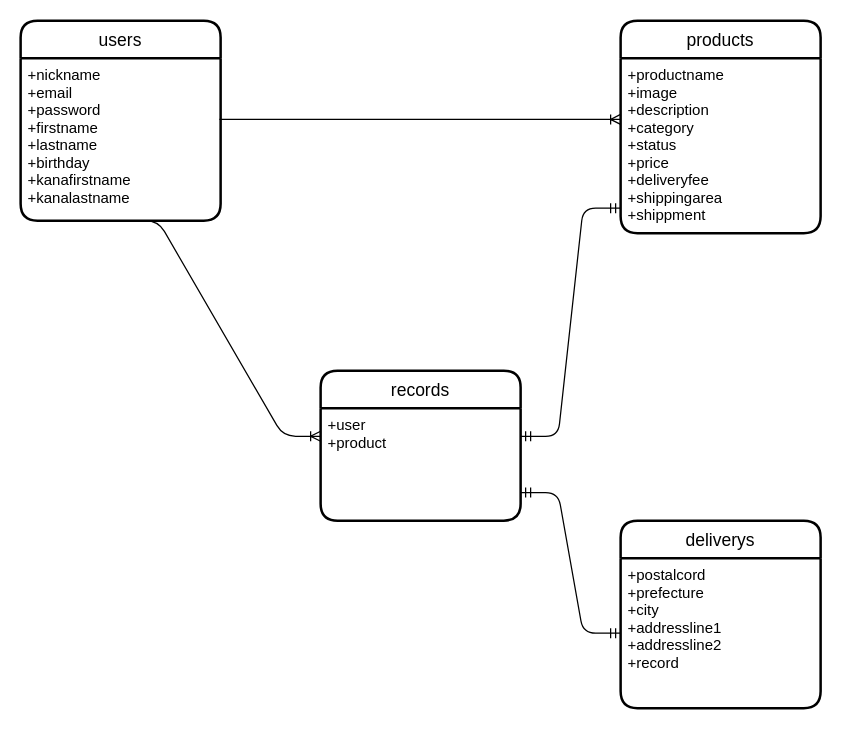
Before: ER.dio in 09200515/furima-34564, a draw.io diagram. Source tidied: cells renumbered, new cells numbered last; positions are measured from the earlier drawing's top-left corner, leaving out a move shared by most shapes. Both pictures are drawn from the tidied source at 125%, with x=0, y=0 at pixel (20, 20).
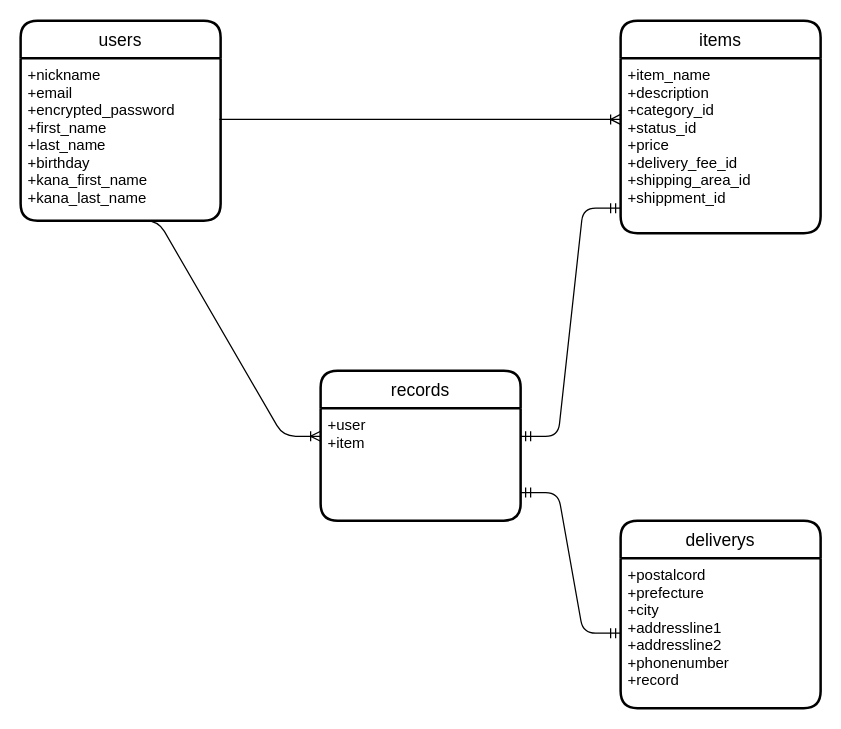
The same page after the edit.

Commit message (it also covers changes not shown here):
ER図とREADMEの修正

Diff of the diagram source:
```diff
@@
 <mxGraphModel>
   <root>
     <mxCell id="0" />
     <mxCell id="1" parent="0" />
     <mxCell id="2" value="users" style="swimlane;horizontal=1;startSize=30;rounded=1;fontSize=14;fontStyle=0;strokeWidth=2;shadow=0;dashed=0;align=center;" parent="1" vertex="1">
       <mxGeometry width="160" height="160" as="geometry" />
     </mxCell>
-    <mxCell id="3" value="+nickname&#10;+email&#10;+password&#10;+firstname&#10;+lastname&#10;+birthday&#10;+kanafirstname&#10;+kanalastname&#10;" style="align=left;strokeColor=none;fillColor=none;spacingLeft=4;fontSize=12;verticalAlign=top;" parent="2" vertex="1">
+    <mxCell id="3" value="+nickname&#10;+email&#10;+encrypted_password&#10;+first_name&#10;+last_name&#10;+birthday&#10;+kana_first_name&#10;+kana_last_name&#10;" style="align=left;strokeColor=none;fillColor=none;spacingLeft=4;fontSize=12;verticalAlign=top;" parent="2" vertex="1">
       <mxGeometry y="30" width="160" height="130" as="geometry" />
     </mxCell>
-    <mxCell id="4" value="products" style="swimlane;horizontal=1;startSize=30;rounded=1;fontSize=14;fontStyle=0;strokeWidth=2;shadow=0;dashed=0;align=center;" parent="1" vertex="1">
+    <mxCell id="4" value="items" style="swimlane;horizontal=1;startSize=30;rounded=1;fontSize=14;fontStyle=0;strokeWidth=2;shadow=0;dashed=0;align=center;" parent="1" vertex="1">
       <mxGeometry x="480" width="160" height="170" as="geometry" />
     </mxCell>
-    <mxCell id="5" value="+productname&#10;+image&#10;+description&#10;+category&#10;+status&#10;+price&#10;+deliveryfee&#10;+shippingarea&#10;+shippment" style="align=left;strokeColor=none;fillColor=none;spacingLeft=4;fontSize=12;verticalAlign=top;" parent="4" vertex="1">
+    <mxCell id="5" value="+item_name&#10;+description&#10;+category_id&#10;+status_id&#10;+price&#10;+delivery_fee_id&#10;+shipping_area_id&#10;+shippment_id" style="align=left;strokeColor=none;fillColor=none;spacingLeft=4;fontSize=12;verticalAlign=top;" parent="4" vertex="1">
       <mxGeometry y="30" width="160" height="140" as="geometry" />
     </mxCell>
     <mxCell id="6" value="records" style="swimlane;horizontal=1;startSize=30;rounded=1;fontSize=14;fontStyle=0;strokeWidth=2;shadow=0;dashed=0;align=center;" parent="1" vertex="1">
       <mxGeometry x="240" y="280" width="160" height="120" as="geometry" />
     </mxCell>
-    <mxCell id="7" value="+user&#10;+product" style="align=left;strokeColor=none;fillColor=none;spacingLeft=4;fontSize=12;verticalAlign=top;" parent="6" vertex="1">
+    <mxCell id="7" value="+user&#10;+item" style="align=left;strokeColor=none;fillColor=none;spacingLeft=4;fontSize=12;verticalAlign=top;" parent="6" vertex="1">
       <mxGeometry y="30" width="160" height="90" as="geometry" />
     </mxCell>
     <mxCell id="8" value="deliverys" style="swimlane;horizontal=1;startSize=30;rounded=1;fontSize=14;fontStyle=0;strokeWidth=2;shadow=0;dashed=0;align=center;" parent="1" vertex="1">
       <mxGeometry x="480" y="400" width="160" height="150" as="geometry" />
     </mxCell>
-    <mxCell id="9" value="+postalcord&#10;+prefecture&#10;+city&#10;+addressline1&#10;+addressline2&#10;+record" style="align=left;strokeColor=none;fillColor=none;spacingLeft=4;fontSize=12;verticalAlign=top;" parent="8" vertex="1">
+    <mxCell id="9" value="+postalcord&#10;+prefecture&#10;+city&#10;+addressline1&#10;+addressline2&#10;+phonenumber&#10;+record" style="align=left;strokeColor=none;fillColor=none;spacingLeft=4;fontSize=12;verticalAlign=top;" parent="8" vertex="1">
       <mxGeometry y="30" width="160" height="120" as="geometry" />
     </mxCell>
     <mxCell id="10" style="edgeStyle=entityRelationEdgeStyle;fontSize=12;html=1;endArrow=ERoneToMany;" parent="1" edge="1">
       <mxGeometry relative="1" as="geometry">
         <mxPoint x="159" y="79" as="sourcePoint" />
         <mxPoint x="480" y="79" as="targetPoint" />
       </mxGeometry>
     </mxCell>
     <mxCell id="11" style="edgeStyle=entityRelationEdgeStyle;fontSize=12;html=1;endArrow=ERoneToMany;entryX=0;entryY=0.25;entryDx=0;entryDy=0;exitX=0.5;exitY=1;exitDx=0;exitDy=0;" parent="1" edge="1" source="3" target="7">
       <mxGeometry relative="1" as="geometry" />
     </mxCell>
     <mxCell id="12" style="edgeStyle=entityRelationEdgeStyle;fontSize=12;html=1;endArrow=ERmandOne;startArrow=ERmandOne;exitX=1;exitY=0.25;exitDx=0;exitDy=0;" parent="1" edge="1" source="7">
       <mxGeometry relative="1" as="geometry">
         <mxPoint x="480" y="150" as="targetPoint" />
       </mxGeometry>
     </mxCell>
     <mxCell id="13" style="edgeStyle=entityRelationEdgeStyle;fontSize=12;html=1;endArrow=ERmandOne;startArrow=ERmandOne;exitX=1;exitY=0.75;exitDx=0;exitDy=0;entryX=0;entryY=0.5;entryDx=0;entryDy=0;" parent="1" edge="1" source="7" target="9">
       <mxGeometry relative="1" as="geometry" />
     </mxCell>
   </root>
 </mxGraphModel>
```
